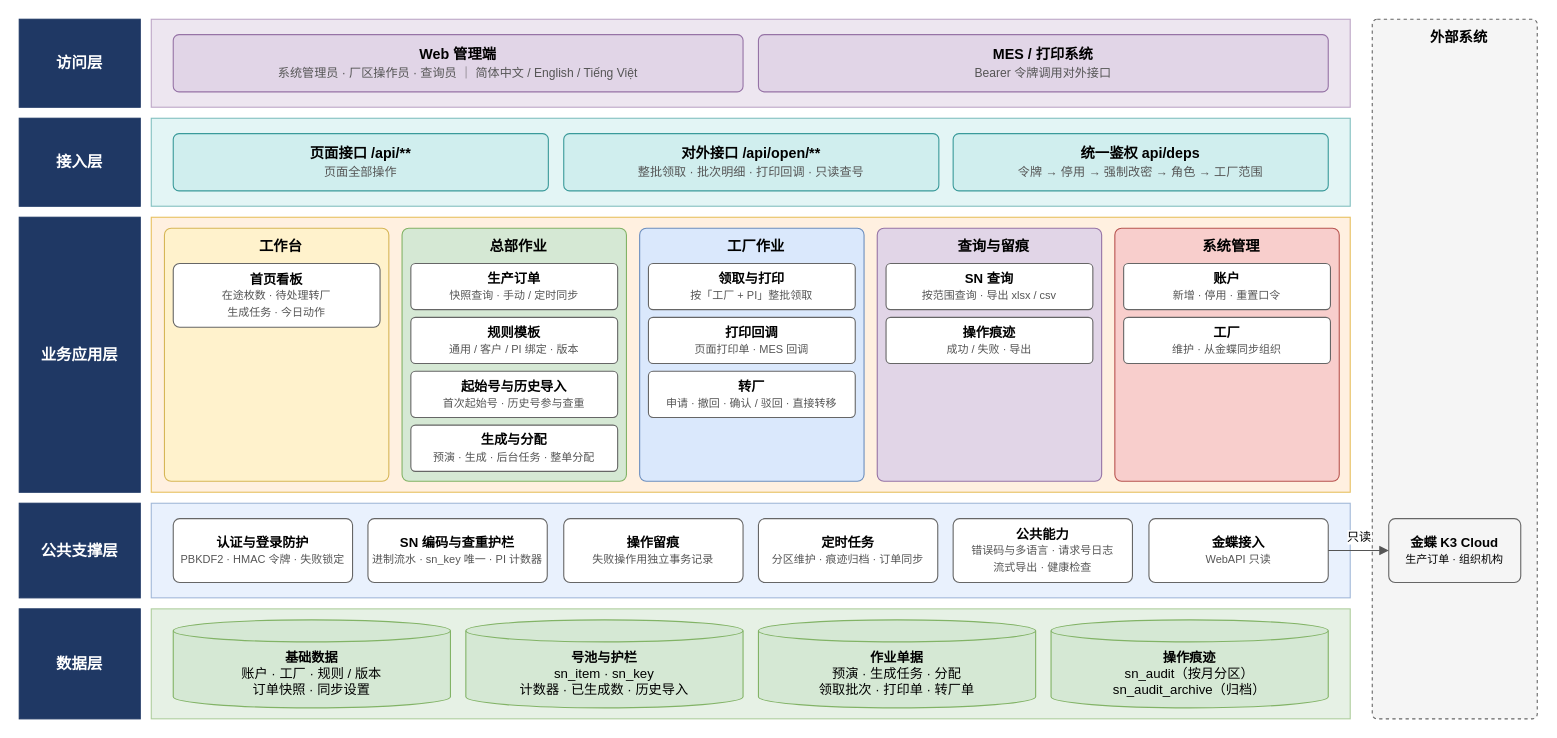
Earlier version of the draw.io diagram docs/images/系统技术方案/fig2-1-function.drawio (Createsnow/sn-center). Source tidied: cells renumbered, new cells numbered last; positions are measured from the earlier drawing's top-left corner, leaving out a move shared by most shapes. Both pictures are drawn from the tidied source at 110%, with x=0, y=0 at pixel (19, 19).
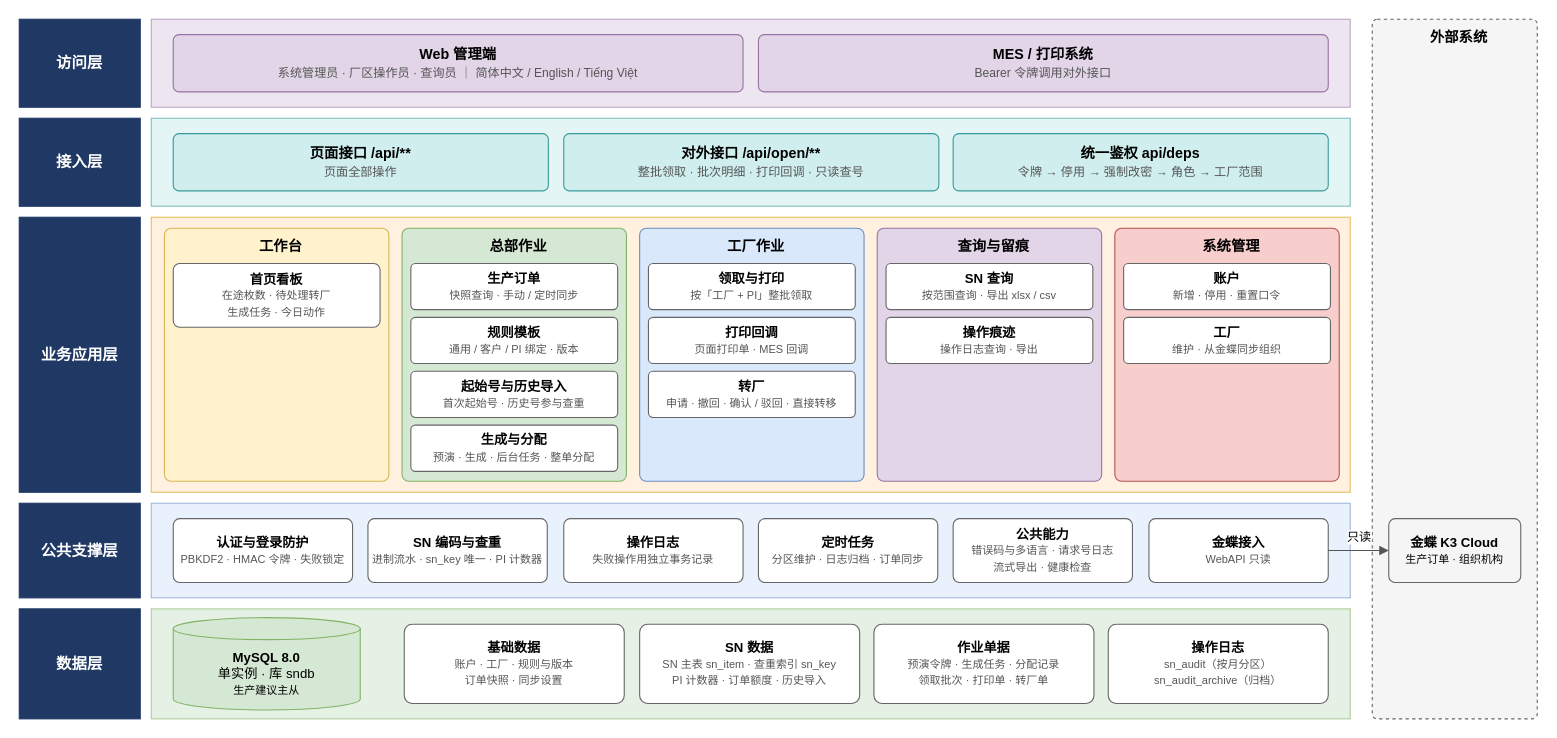
The same diagram, later.

Unchanged cells that the change refers to:
```xml
<mxCell id="39" value="&lt;b&gt;金蝶接入&lt;/b&gt;&lt;br&gt;&lt;font style=&quot;font-size:10px&quot; color=&quot;#555555&quot;&gt;WebAPI 只读&lt;/font&gt;" style="rounded=1;arcSize=10;whiteSpace=wrap;html=1;fillColor=#ffffff;strokeColor=#666666;fontSize=12;fontFamily=Microsoft YaHei,PingFang SC,Helvetica,Arial,WenQuanYi Zen Hei,sans-serif;" parent="1" vertex="1">
  <mxGeometry x="1027" y="454" width="163" height="58" as="geometry" />
</mxCell>
```

The edit, as a diff of the source:
```diff
@@
-    <mxCell id="30" value="&lt;b&gt;操作痕迹&lt;/b&gt;&lt;br&gt;&lt;font style=&quot;font-size:10px&quot; color=&quot;#555555&quot;&gt;成功 / 失败 · 导出&lt;/font&gt;" style="rounded=1;arcSize=10;whiteSpace=wrap;html=1;fillColor=#ffffff;strokeColor=#666666;fontSize=12;fontFamily=Microsoft YaHei,PingFang SC,Helvetica,Arial,WenQuanYi Zen Hei,sans-serif;" parent="1" vertex="1">
+    <mxCell id="30" value="&lt;b&gt;操作痕迹&lt;/b&gt;&lt;br&gt;&lt;font style=&quot;font-size:10px&quot; color=&quot;#555555&quot;&gt;操作日志查询 · 导出&lt;/font&gt;" style="rounded=1;arcSize=10;whiteSpace=wrap;html=1;fillColor=#ffffff;strokeColor=#666666;fontSize=12;fontFamily=Microsoft YaHei,PingFang SC,Helvetica,Arial,WenQuanYi Zen Hei,sans-serif;" parent="1" vertex="1">
       <mxGeometry x="788" y="271" width="188" height="42" as="geometry" />
     </mxCell>
@@
-    <mxCell id="35" value="&lt;b&gt;SN 编码与查重护栏&lt;/b&gt;&lt;br&gt;&lt;font style=&quot;font-size:10px&quot; color=&quot;#555555&quot;&gt;进制流水 · sn_key 唯一 · PI 计数器&lt;/font&gt;" style="rounded=1;arcSize=10;whiteSpace=wrap;html=1;fillColor=#ffffff;strokeColor=#666666;fontSize=12;fontFamily=Microsoft YaHei,PingFang SC,Helvetica,Arial,WenQuanYi Zen Hei,sans-serif;" parent="1" vertex="1">
+    <mxCell id="35" value="&lt;b&gt;SN 编码与查重&lt;/b&gt;&lt;br&gt;&lt;font style=&quot;font-size:10px&quot; color=&quot;#555555&quot;&gt;进制流水 · sn_key 唯一 · PI 计数器&lt;/font&gt;" style="rounded=1;arcSize=10;whiteSpace=wrap;html=1;fillColor=#ffffff;strokeColor=#666666;fontSize=12;fontFamily=Microsoft YaHei,PingFang SC,Helvetica,Arial,WenQuanYi Zen Hei,sans-serif;" parent="1" vertex="1">
       <mxGeometry x="317" y="454" width="163" height="58" as="geometry" />
     </mxCell>
-    <mxCell id="36" value="&lt;b&gt;操作留痕&lt;/b&gt;&lt;br&gt;&lt;font style=&quot;font-size:10px&quot; color=&quot;#555555&quot;&gt;失败操作用独立事务记录&lt;/font&gt;" style="rounded=1;arcSize=10;whiteSpace=wrap;html=1;fillColor=#ffffff;strokeColor=#666666;fontSize=12;fontFamily=Microsoft YaHei,PingFang SC,Helvetica,Arial,WenQuanYi Zen Hei,sans-serif;" parent="1" vertex="1">
+    <mxCell id="36" value="&lt;b&gt;操作日志&lt;/b&gt;&lt;br&gt;&lt;font style=&quot;font-size:10px&quot; color=&quot;#555555&quot;&gt;失败操作用独立事务记录&lt;/font&gt;" style="rounded=1;arcSize=10;whiteSpace=wrap;html=1;fillColor=#ffffff;strokeColor=#666666;fontSize=12;fontFamily=Microsoft YaHei,PingFang SC,Helvetica,Arial,WenQuanYi Zen Hei,sans-serif;" parent="1" vertex="1">
       <mxGeometry x="495" y="454" width="163" height="58" as="geometry" />
     </mxCell>
-    <mxCell id="37" value="&lt;b&gt;定时任务&lt;/b&gt;&lt;br&gt;&lt;font style=&quot;font-size:10px&quot; color=&quot;#555555&quot;&gt;分区维护 · 痕迹归档 · 订单同步&lt;/font&gt;" style="rounded=1;arcSize=10;whiteSpace=wrap;html=1;fillColor=#ffffff;strokeColor=#666666;fontSize=12;fontFamily=Microsoft YaHei,PingFang SC,Helvetica,Arial,WenQuanYi Zen Hei,sans-serif;" parent="1" vertex="1">
+    <mxCell id="37" value="&lt;b&gt;定时任务&lt;/b&gt;&lt;br&gt;&lt;font style=&quot;font-size:10px&quot; color=&quot;#555555&quot;&gt;分区维护 · 日志归档 · 订单同步&lt;/font&gt;" style="rounded=1;arcSize=10;whiteSpace=wrap;html=1;fillColor=#ffffff;strokeColor=#666666;fontSize=12;fontFamily=Microsoft YaHei,PingFang SC,Helvetica,Arial,WenQuanYi Zen Hei,sans-serif;" parent="1" vertex="1">
       <mxGeometry x="672" y="454" width="163" height="58" as="geometry" />
     </mxCell>
@@
-    <mxCell id="40" value="&lt;b&gt;基础数据&lt;/b&gt;&lt;br&gt;账户 · 工厂 · 规则 / 版本&lt;br&gt;订单快照 · 同步设置" style="shape=cylinder3;boundedLbl=1;backgroundOutline=1;size=10;whiteSpace=wrap;html=1;fillColor=#d5e8d4;strokeColor=#82b366;fontSize=12;fontFamily=Microsoft YaHei,PingFang SC,Helvetica,Arial,WenQuanYi Zen Hei,sans-serif;" parent="1" vertex="1">
-      <mxGeometry x="140" y="546" width="252" height="80" as="geometry" />
+    <mxCell id="40" value="&lt;b&gt;MySQL 8.0&lt;/b&gt;&lt;br&gt;单实例 · 库 sndb&lt;br&gt;&lt;font style=&quot;font-size:10px&quot;&gt;生产建议主从&lt;/font&gt;" style="shape=cylinder3;boundedLbl=1;backgroundOutline=1;size=10;whiteSpace=wrap;html=1;fillColor=#d5e8d4;strokeColor=#82b366;fontSize=12;fontFamily=Microsoft YaHei,PingFang SC,Helvetica,Arial,WenQuanYi Zen Hei,sans-serif;" parent="1" vertex="1">
+      <mxGeometry x="140" y="544" width="170" height="84" as="geometry" />
     </mxCell>
-    <mxCell id="41" value="&lt;b&gt;号池与护栏&lt;/b&gt;&lt;br&gt;sn_item · sn_key&lt;br&gt;计数器 · 已生成数 · 历史导入" style="shape=cylinder3;boundedLbl=1;backgroundOutline=1;size=10;whiteSpace=wrap;html=1;fillColor=#d5e8d4;strokeColor=#82b366;fontSize=12;fontFamily=Microsoft YaHei,PingFang SC,Helvetica,Arial,WenQuanYi Zen Hei,sans-serif;" parent="1" vertex="1">
-      <mxGeometry x="406" y="546" width="252" height="80" as="geometry" />
+    <mxCell id="41" value="&lt;b&gt;基础数据&lt;/b&gt;&lt;br&gt;&lt;font style=&quot;font-size:10px&quot; color=&quot;#555555&quot;&gt;账户 · 工厂 · 规则与版本&lt;br&gt;订单快照 · 同步设置&lt;/font&gt;" style="rounded=1;arcSize=10;whiteSpace=wrap;html=1;fillColor=#ffffff;strokeColor=#666666;fontSize=12;fontFamily=Microsoft YaHei,PingFang SC,Helvetica,Arial,WenQuanYi Zen Hei,sans-serif;" parent="1" vertex="1">
+      <mxGeometry x="350" y="550" width="200" height="72" as="geometry" />
     </mxCell>
-    <mxCell id="42" value="&lt;b&gt;作业单据&lt;/b&gt;&lt;br&gt;预演 · 生成任务 · 分配&lt;br&gt;领取批次 · 打印单 · 转厂单" style="shape=cylinder3;boundedLbl=1;backgroundOutline=1;size=10;whiteSpace=wrap;html=1;fillColor=#d5e8d4;strokeColor=#82b366;fontSize=12;fontFamily=Microsoft YaHei,PingFang SC,Helvetica,Arial,WenQuanYi Zen Hei,sans-serif;" parent="1" vertex="1">
-      <mxGeometry x="672" y="546" width="252" height="80" as="geometry" />
+    <mxCell id="42" value="&lt;b&gt;SN 数据&lt;/b&gt;&lt;br&gt;&lt;font style=&quot;font-size:10px&quot; color=&quot;#555555&quot;&gt;SN 主表 sn_item · 查重索引 sn_key&lt;br&gt;PI 计数器 · 订单额度 · 历史导入&lt;/font&gt;" style="rounded=1;arcSize=10;whiteSpace=wrap;html=1;fillColor=#ffffff;strokeColor=#666666;fontSize=12;fontFamily=Microsoft YaHei,PingFang SC,Helvetica,Arial,WenQuanYi Zen Hei,sans-serif;" parent="1" vertex="1">
+      <mxGeometry x="564" y="550" width="200" height="72" as="geometry" />
     </mxCell>
-    <mxCell id="43" value="&lt;b&gt;操作痕迹&lt;/b&gt;&lt;br&gt;sn_audit（按月分区）&lt;br&gt;sn_audit_archive（归档）" style="shape=cylinder3;boundedLbl=1;backgroundOutline=1;size=10;whiteSpace=wrap;html=1;fillColor=#d5e8d4;strokeColor=#82b366;fontSize=12;fontFamily=Microsoft YaHei,PingFang SC,Helvetica,Arial,WenQuanYi Zen Hei,sans-serif;" parent="1" vertex="1">
-      <mxGeometry x="938" y="546" width="252" height="80" as="geometry" />
+    <mxCell id="43" value="&lt;b&gt;作业单据&lt;/b&gt;&lt;br&gt;&lt;font style=&quot;font-size:10px&quot; color=&quot;#555555&quot;&gt;预演令牌 · 生成任务 · 分配记录&lt;br&gt;领取批次 · 打印单 · 转厂单&lt;/font&gt;" style="rounded=1;arcSize=10;whiteSpace=wrap;html=1;fillColor=#ffffff;strokeColor=#666666;fontSize=12;fontFamily=Microsoft YaHei,PingFang SC,Helvetica,Arial,WenQuanYi Zen Hei,sans-serif;" parent="1" vertex="1">
+      <mxGeometry x="777" y="550" width="200" height="72" as="geometry" />
     </mxCell>
-    <mxCell id="44" value="外部系统" style="rounded=1;arcSize=3;whiteSpace=wrap;html=1;fillColor=#f5f5f5;strokeColor=#666666;verticalAlign=top;align=center;spacingLeft=8;spacingTop=2;fontStyle=1;fontSize=13;dashed=1;fontFamily=Microsoft YaHei,PingFang SC,Helvetica,Arial,WenQuanYi Zen Hei,sans-serif;" parent="1" vertex="1">
-      <mxGeometry x="1230" width="150" height="636" as="geometry" />
+    <mxCell id="44" value="&lt;b&gt;操作日志&lt;/b&gt;&lt;br&gt;&lt;font style=&quot;font-size:10px&quot; color=&quot;#555555&quot;&gt;sn_audit（按月分区）&lt;br&gt;sn_audit_archive（归档）&lt;/font&gt;" style="rounded=1;arcSize=10;whiteSpace=wrap;html=1;fillColor=#ffffff;strokeColor=#666666;fontSize=12;fontFamily=Microsoft YaHei,PingFang SC,Helvetica,Arial,WenQuanYi Zen Hei,sans-serif;" parent="1" vertex="1">
+      <mxGeometry x="990" y="550" width="200" height="72" as="geometry" />
     </mxCell>
-    <mxCell id="45" value="&lt;b&gt;金蝶 K3 Cloud&lt;/b&gt;&lt;br&gt;&lt;font style=&quot;font-size:10px&quot;&gt;生产订单 · 组织机构&lt;/font&gt;" style="rounded=1;arcSize=10;whiteSpace=wrap;html=1;fillColor=#f5f5f5;strokeColor=#666666;fontSize=12;fontFamily=Microsoft YaHei,PingFang SC,Helvetica,Arial,WenQuanYi Zen Hei,sans-serif;" parent="1" vertex="1">
-      <mxGeometry x="1245" y="454" width="120" height="58" as="geometry" />
+    <mxCell id="45" value="外部系统" style="rounded=1;arcSize=3;whiteSpace=wrap;html=1;fillColor=#f5f5f5;strokeColor=#666666;verticalAlign=top;align=center;spacingLeft=8;spacingTop=2;fontStyle=1;fontSize=13;dashed=1;fontFamily=Microsoft YaHei,PingFang SC,Helvetica,Arial,WenQuanYi Zen Hei,sans-serif;" parent="1" vertex="1">
+      <mxGeometry x="1230" width="150" height="636" as="geometry" />
     </mxCell>
-    <mxCell id="46" value="只读" style="edgeStyle=orthogonalEdgeStyle;rounded=1;html=1;endArrow=block;endFill=1;strokeColor=#555555;fontSize=11;labelBackgroundColor=#ffffff;fontFamily=Microsoft YaHei,PingFang SC,Helvetica,Arial,WenQuanYi Zen Hei,sans-serif;exitX=1;exitY=0.5;exitDx=0;exitDy=0;entryX=0;entryY=0.5;entryDx=0;entryDy=0;" parent="1" edge="1" source="39" target="45">
-      <mxGeometry relative="1" as="geometry">
-        <mxPoint y="-12" as="offset" />
-      </mxGeometry>
+    <mxCell id="46" value="&lt;b&gt;金蝶 K3 Cloud&lt;/b&gt;&lt;br&gt;&lt;font style=&quot;font-size:10px&quot;&gt;生产订单 · 组织机构&lt;/font&gt;" style="rounded=1;arcSize=10;whiteSpace=wrap;html=1;fillColor=#f5f5f5;strokeColor=#666666;fontSize=12;fontFamily=Microsoft YaHei,PingFang SC,Helvetica,Arial,WenQuanYi Zen Hei,sans-serif;" parent="1" vertex="1">
+      <mxGeometry x="1245" y="454" width="120" height="58" as="geometry" />
     </mxCell>
+    <mxCell id="47" value="只读" style="edgeStyle=orthogonalEdgeStyle;rounded=1;html=1;endArrow=block;endFill=1;strokeColor=#555555;fontSize=11;labelBackgroundColor=#ffffff;fontFamily=Microsoft YaHei,PingFang SC,Helvetica,Arial,WenQuanYi Zen Hei,sans-serif;exitX=1;exitY=0.5;exitDx=0;exitDy=0;entryX=0;entryY=0.5;entryDx=0;entryDy=0;" parent="1" edge="1" source="39" target="46">
+      <mxGeometry relative="1" as="geometry">
+        <mxPoint y="-12" as="offset" />
+      </mxGeometry>
+    </mxCell>
```
